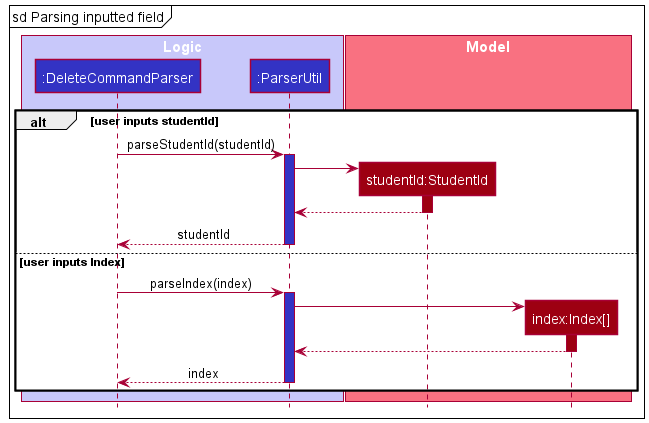
nus-cs2103-AY2122S2/tp keeps this PlantUML diagram as docs/images/DeleteCommandSequenceDiagram-2.png. Above is the earlier version.
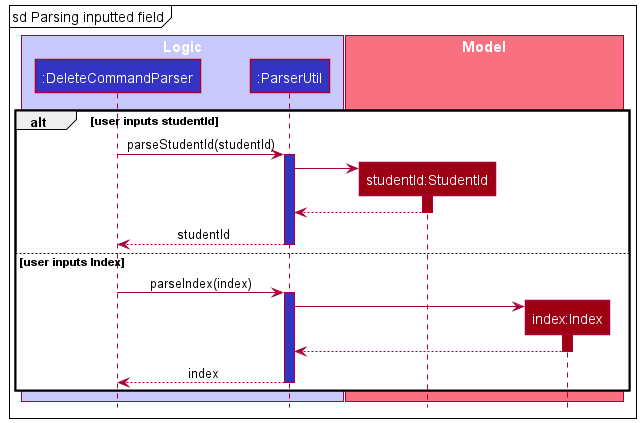
The same diagram one commit later.

Change to the diagram source:
```diff
@@ -8,7 +8,7 @@
 
 box "Model" MODEL_COLOR_T1
 participant "studentId:StudentId" as StudentId MODEL_COLOR
-participant "index:Index[]" as Index MODEL_COLOR
+participant "index:Index" as Index MODEL_COLOR
 end box
 
 mainframe sd Parsing inputted field
```
